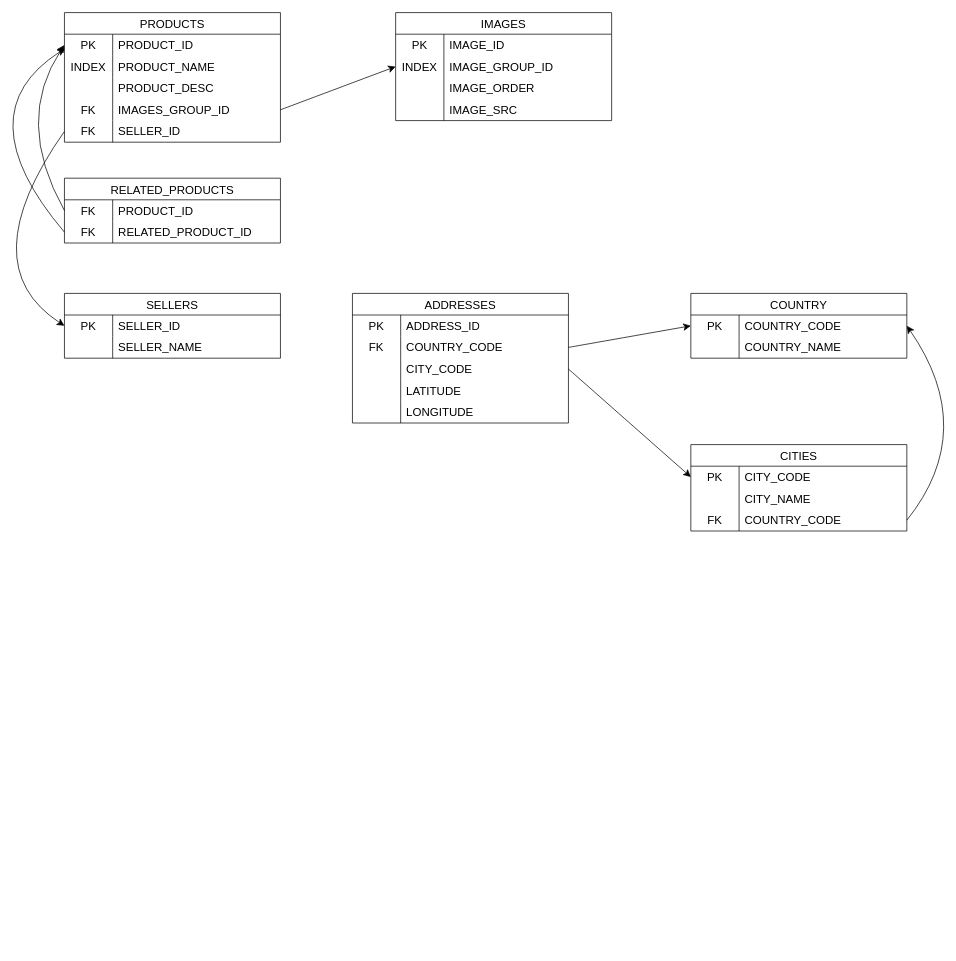
This is Diagrams/sellerCentral.drawio from abd-rish/ECommerce, a draw.io file, before an edit. Source tidied: cells renumbered, new cells numbered last; positions are measured from the earlier drawing's top-left corner, leaving out a move shared by most shapes. Both pictures are drawn from the tidied source at 72%, with x=0, y=0 at pixel (-37, 12).
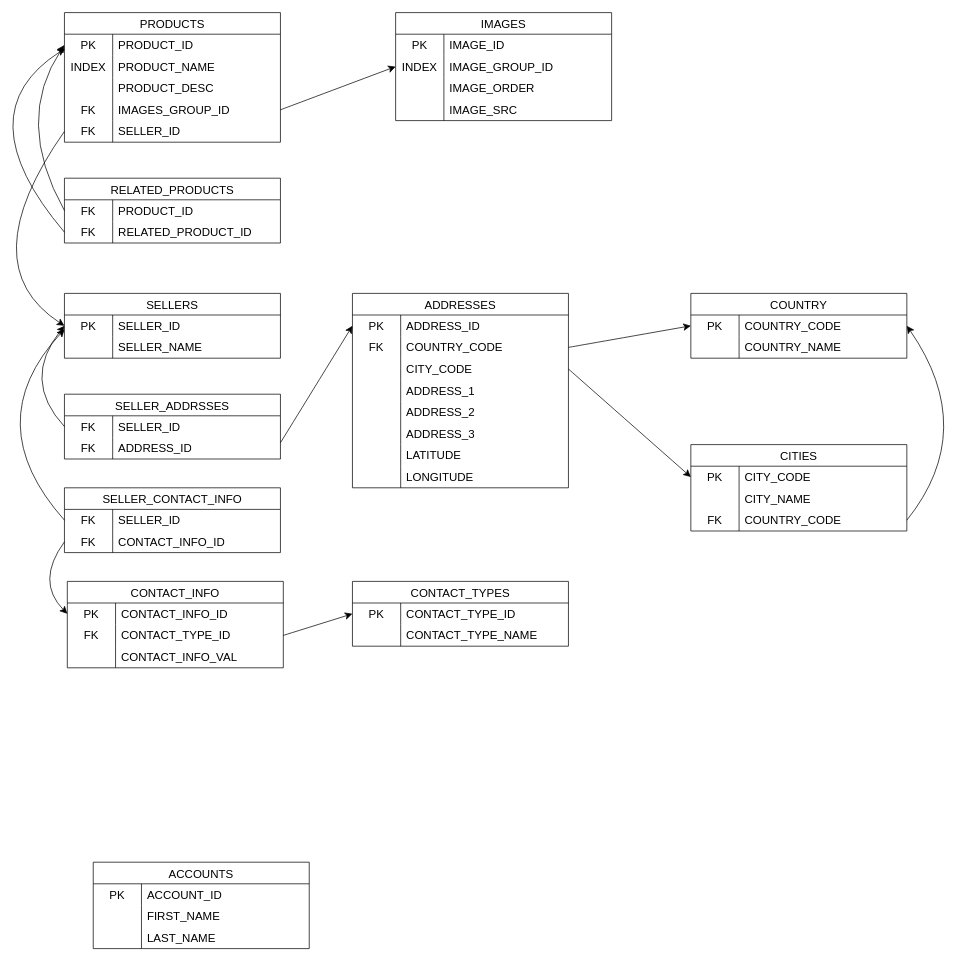
Above is the later version.

Unchanged cells that the change refers to:
```xml
<mxCell id="42" style="shape=tableRow;horizontal=0;startSize=0;swimlaneHead=0;swimlaneBody=0;top=0;left=0;bottom=0;right=0;fillColor=none;points=[[0,0.5],[1,0.5]];portConstraint=eastwest;strokeColor=inherit;fontSize=16;" parent="41" vertex="1">
  <mxGeometry y="30" width="300" height="30" as="geometry" />
</mxCell>
<mxCell id="50" style="shape=tableRow;horizontal=0;startSize=0;swimlaneHead=0;swimlaneBody=0;top=0;left=0;bottom=0;right=0;fillColor=none;points=[[0,0.5],[1,0.5]];portConstraint=eastwest;strokeColor=inherit;fontSize=16;" parent="49" vertex="1">
  <mxGeometry y="30" width="300" height="30" as="geometry" />
</mxCell>
<mxCell id="59" style="shape=tableRow;horizontal=0;startSize=0;swimlaneHead=0;swimlaneBody=0;top=0;left=0;bottom=0;right=0;fillColor=none;strokeColor=inherit;fontSize=16;" parent="49" vertex="1">
  <mxGeometry y="120" width="300" height="30" as="geometry" />
</mxCell>
<mxCell id="62" style="shape=tableRow;horizontal=0;startSize=0;swimlaneHead=0;swimlaneBody=0;top=0;left=0;bottom=0;right=0;fillColor=none;strokeColor=inherit;fontSize=16;" parent="49" vertex="1">
  <mxGeometry y="150" width="300" height="30" as="geometry" />
</mxCell>
```

The edit, as a diff of the source:
```diff
@@
     <mxCell id="49" value="ADDRESSES" style="shape=table;startSize=30;childLayout=tableLayout;rowLines=0;fontStyle=0;strokeColor=default;fontSize=16;" parent="1" vertex="1">
-      <mxGeometry x="540" y="390" width="300" height="180" as="geometry" />
+      <mxGeometry x="540" y="390" width="300" height="270" as="geometry" />
     </mxCell>
@@
-    <mxCell id="61" value="LATITUDE" style="shape=partialRectangle;html=1;whiteSpace=wrap;fillColor=none;top=0;left=0;bottom=0;right=0;align=left;spacingLeft=6;overflow=hidden;strokeColor=inherit;fontSize=16;" parent="59" vertex="1">
+    <mxCell id="61" value="ADDRESS_1" style="shape=partialRectangle;html=1;whiteSpace=wrap;fillColor=none;top=0;left=0;bottom=0;right=0;align=left;spacingLeft=6;overflow=hidden;strokeColor=inherit;fontSize=16;" parent="59" vertex="1">
       <mxGeometry x="67" width="233" height="30" as="geometry" />
     </mxCell>
@@
-    <mxCell id="64" value="LONGITUDE" style="shape=partialRectangle;html=1;whiteSpace=wrap;fillColor=none;top=0;left=0;bottom=0;right=0;align=left;spacingLeft=6;overflow=hidden;strokeColor=inherit;fontSize=16;" parent="62" vertex="1">
+    <mxCell id="64" value="ADDRESS_2" style="shape=partialRectangle;html=1;whiteSpace=wrap;fillColor=none;top=0;left=0;bottom=0;right=0;align=left;spacingLeft=6;overflow=hidden;strokeColor=inherit;fontSize=16;" parent="62" vertex="1">
       <mxGeometry x="67" width="233" height="30" as="geometry" />
     </mxCell>
+    <mxCell id="85" style="shape=tableRow;horizontal=0;startSize=0;swimlaneHead=0;swimlaneBody=0;top=0;left=0;bottom=0;right=0;fillColor=none;strokeColor=inherit;fontSize=16;" parent="49" vertex="1">
+      <mxGeometry y="180" width="300" height="30" as="geometry" />
+    </mxCell>
+    <mxCell id="86" style="shape=partialRectangle;html=1;whiteSpace=wrap;fillColor=none;top=0;left=0;bottom=0;right=0;overflow=hidden;strokeColor=inherit;fontSize=16;" parent="85" vertex="1">
+      <mxGeometry width="67" height="30" as="geometry" />
+    </mxCell>
+    <mxCell id="87" value="ADDRESS_3" style="shape=partialRectangle;html=1;whiteSpace=wrap;fillColor=none;top=0;left=0;bottom=0;right=0;align=left;spacingLeft=6;overflow=hidden;strokeColor=inherit;fontSize=16;" parent="85" vertex="1">
+      <mxGeometry x="67" width="233" height="30" as="geometry" />
+    </mxCell>
+    <mxCell id="88" style="shape=tableRow;horizontal=0;startSize=0;swimlaneHead=0;swimlaneBody=0;top=0;left=0;bottom=0;right=0;fillColor=none;strokeColor=inherit;fontSize=16;" parent="49" vertex="1">
+      <mxGeometry y="210" width="300" height="30" as="geometry" />
+    </mxCell>
+    <mxCell id="89" style="shape=partialRectangle;html=1;whiteSpace=wrap;fillColor=none;top=0;left=0;bottom=0;right=0;overflow=hidden;strokeColor=inherit;fontSize=16;" parent="88" vertex="1">
+      <mxGeometry width="67" height="30" as="geometry" />
+    </mxCell>
+    <mxCell id="90" value="LATITUDE" style="shape=partialRectangle;html=1;whiteSpace=wrap;fillColor=none;top=0;left=0;bottom=0;right=0;align=left;spacingLeft=6;overflow=hidden;strokeColor=inherit;fontSize=16;" parent="88" vertex="1">
+      <mxGeometry x="67" width="233" height="30" as="geometry" />
+    </mxCell>
+    <mxCell id="91" style="shape=tableRow;horizontal=0;startSize=0;swimlaneHead=0;swimlaneBody=0;top=0;left=0;bottom=0;right=0;fillColor=none;strokeColor=inherit;fontSize=16;" parent="49" vertex="1">
+      <mxGeometry y="240" width="300" height="30" as="geometry" />
+    </mxCell>
+    <mxCell id="92" style="shape=partialRectangle;html=1;whiteSpace=wrap;fillColor=none;top=0;left=0;bottom=0;right=0;overflow=hidden;strokeColor=inherit;fontSize=16;" parent="91" vertex="1">
+      <mxGeometry width="67" height="30" as="geometry" />
+    </mxCell>
+    <mxCell id="93" value="LONGITUDE" style="shape=partialRectangle;html=1;whiteSpace=wrap;fillColor=none;top=0;left=0;bottom=0;right=0;align=left;spacingLeft=6;overflow=hidden;strokeColor=inherit;fontSize=16;" parent="91" vertex="1">
+      <mxGeometry x="67" width="233" height="30" as="geometry" />
+    </mxCell>
@@
+    <mxCell id="94" value="CONTACT_TYPES" style="shape=table;startSize=30;childLayout=tableLayout;rowLines=0;fontStyle=0;strokeColor=default;fontSize=16;" parent="1" vertex="1">
+      <mxGeometry x="540" y="790" width="300" height="90" as="geometry" />
+    </mxCell>
+    <mxCell id="95" style="shape=tableRow;horizontal=0;startSize=0;swimlaneHead=0;swimlaneBody=0;top=0;left=0;bottom=0;right=0;fillColor=none;points=[[0,0.5],[1,0.5]];portConstraint=eastwest;strokeColor=inherit;fontSize=16;" parent="94" vertex="1">
+      <mxGeometry y="30" width="300" height="30" as="geometry" />
+    </mxCell>
+    <mxCell id="96" value="PK" style="shape=partialRectangle;html=1;whiteSpace=wrap;fillColor=none;top=0;left=0;bottom=0;right=0;overflow=hidden;strokeColor=inherit;fontSize=16;" parent="95" vertex="1">
+      <mxGeometry width="67" height="30" as="geometry" />
+    </mxCell>
+    <mxCell id="97" value="CONTACT_TYPE_ID" style="shape=partialRectangle;html=1;whiteSpace=wrap;fillColor=none;top=0;left=0;bottom=0;right=0;align=left;spacingLeft=6;overflow=hidden;strokeColor=inherit;fontSize=16;" parent="95" vertex="1">
+      <mxGeometry x="67" width="233" height="30" as="geometry" />
+    </mxCell>
+    <mxCell id="98" style="shape=tableRow;horizontal=0;startSize=0;swimlaneHead=0;swimlaneBody=0;top=0;left=0;bottom=0;right=0;fillColor=none;strokeColor=inherit;fontSize=16;" parent="94" vertex="1">
+      <mxGeometry y="60" width="300" height="30" as="geometry" />
+    </mxCell>
+    <mxCell id="99" style="shape=partialRectangle;html=1;whiteSpace=wrap;fillColor=none;top=0;left=0;bottom=0;right=0;overflow=hidden;strokeColor=inherit;fontSize=16;" parent="98" vertex="1">
+      <mxGeometry width="67" height="30" as="geometry" />
+    </mxCell>
+    <mxCell id="100" value="CONTACT_TYPE_NAME" style="shape=partialRectangle;html=1;whiteSpace=wrap;fillColor=none;top=0;left=0;bottom=0;right=0;align=left;spacingLeft=6;overflow=hidden;strokeColor=inherit;fontSize=16;" parent="98" vertex="1">
+      <mxGeometry x="67" width="233" height="30" as="geometry" />
+    </mxCell>
+    <mxCell id="101" value="CONTACT_INFO" style="shape=table;startSize=30;childLayout=tableLayout;rowLines=0;fontStyle=0;strokeColor=default;fontSize=16;" parent="1" vertex="1">
+      <mxGeometry x="144" y="790" width="300" height="120" as="geometry" />
+    </mxCell>
+    <mxCell id="102" style="shape=tableRow;horizontal=0;startSize=0;swimlaneHead=0;swimlaneBody=0;top=0;left=0;bottom=0;right=0;fillColor=none;points=[[0,0.5],[1,0.5]];portConstraint=eastwest;strokeColor=inherit;fontSize=16;" parent="101" vertex="1">
+      <mxGeometry y="30" width="300" height="30" as="geometry" />
+    </mxCell>
+    <mxCell id="103" value="PK" style="shape=partialRectangle;html=1;whiteSpace=wrap;fillColor=none;top=0;left=0;bottom=0;right=0;overflow=hidden;strokeColor=inherit;fontSize=16;" parent="102" vertex="1">
+      <mxGeometry width="67" height="30" as="geometry" />
+    </mxCell>
+    <mxCell id="104" value="CONTACT_INFO_ID" style="shape=partialRectangle;html=1;whiteSpace=wrap;fillColor=none;top=0;left=0;bottom=0;right=0;align=left;spacingLeft=6;overflow=hidden;strokeColor=inherit;fontSize=16;" parent="102" vertex="1">
+      <mxGeometry x="67" width="233" height="30" as="geometry" />
+    </mxCell>
+    <mxCell id="105" style="shape=tableRow;horizontal=0;startSize=0;swimlaneHead=0;swimlaneBody=0;top=0;left=0;bottom=0;right=0;fillColor=none;points=[[0,0.5],[1,0.5]];portConstraint=eastwest;strokeColor=inherit;fontSize=16;" parent="101" vertex="1">
+      <mxGeometry y="60" width="300" height="30" as="geometry" />
+    </mxCell>
+    <mxCell id="106" value="FK" style="shape=partialRectangle;html=1;whiteSpace=wrap;fillColor=none;top=0;left=0;bottom=0;right=0;overflow=hidden;strokeColor=inherit;fontSize=16;" parent="105" vertex="1">
+      <mxGeometry width="67" height="30" as="geometry" />
+    </mxCell>
+    <mxCell id="107" value="CONTACT_TYPE_ID" style="shape=partialRectangle;html=1;whiteSpace=wrap;fillColor=none;top=0;left=0;bottom=0;right=0;align=left;spacingLeft=6;overflow=hidden;strokeColor=inherit;fontSize=16;" parent="105" vertex="1">
+      <mxGeometry x="67" width="233" height="30" as="geometry" />
+    </mxCell>
+    <mxCell id="108" style="shape=tableRow;horizontal=0;startSize=0;swimlaneHead=0;swimlaneBody=0;top=0;left=0;bottom=0;right=0;fillColor=none;strokeColor=inherit;fontSize=16;" parent="101" vertex="1">
+      <mxGeometry y="90" width="300" height="30" as="geometry" />
+    </mxCell>
+    <mxCell id="109" style="shape=partialRectangle;html=1;whiteSpace=wrap;fillColor=none;top=0;left=0;bottom=0;right=0;overflow=hidden;strokeColor=inherit;fontSize=16;" parent="108" vertex="1">
+      <mxGeometry width="67" height="30" as="geometry" />
+    </mxCell>
+    <mxCell id="110" value="CONTACT_INFO_VAL" style="shape=partialRectangle;html=1;whiteSpace=wrap;fillColor=none;top=0;left=0;bottom=0;right=0;align=left;spacingLeft=6;overflow=hidden;strokeColor=inherit;fontSize=16;" parent="108" vertex="1">
+      <mxGeometry x="67" width="233" height="30" as="geometry" />
+    </mxCell>
+    <mxCell id="111" style="edgeStyle=none;curved=1;rounded=0;jettySize=auto;html=1;exitX=1;exitY=0.5;exitDx=0;exitDy=0;entryX=0;entryY=0.5;entryDx=0;entryDy=0;fontSize=12;startSize=8;endSize=8;" parent="1" edge="1" source="105" target="95">
+      <mxGeometry relative="1" as="geometry" />
+    </mxCell>
+    <mxCell id="112" value="ACCOUNTS" style="shape=table;startSize=30;childLayout=tableLayout;rowLines=0;fontStyle=0;strokeColor=default;fontSize=16;" parent="1" vertex="1">
+      <mxGeometry x="180" y="1180" width="300" height="120" as="geometry" />
+    </mxCell>
+    <mxCell id="113" style="shape=tableRow;horizontal=0;startSize=0;swimlaneHead=0;swimlaneBody=0;top=0;left=0;bottom=0;right=0;fillColor=none;strokeColor=inherit;fontSize=16;" parent="112" vertex="1">
+      <mxGeometry y="30" width="300" height="30" as="geometry" />
+    </mxCell>
+    <mxCell id="114" value="PK" style="shape=partialRectangle;html=1;whiteSpace=wrap;fillColor=none;top=0;left=0;bottom=0;right=0;overflow=hidden;strokeColor=inherit;fontSize=16;" parent="113" vertex="1">
+      <mxGeometry width="67" height="30" as="geometry" />
+    </mxCell>
+    <mxCell id="115" value="ACCOUNT_ID" style="shape=partialRectangle;html=1;whiteSpace=wrap;fillColor=none;top=0;left=0;bottom=0;right=0;align=left;spacingLeft=6;overflow=hidden;strokeColor=inherit;fontSize=16;" parent="113" vertex="1">
+      <mxGeometry x="67" width="233" height="30" as="geometry" />
+    </mxCell>
+    <mxCell id="116" style="shape=tableRow;horizontal=0;startSize=0;swimlaneHead=0;swimlaneBody=0;top=0;left=0;bottom=0;right=0;fillColor=none;strokeColor=inherit;fontSize=16;" parent="112" vertex="1">
+      <mxGeometry y="60" width="300" height="30" as="geometry" />
+    </mxCell>
+    <mxCell id="117" style="shape=partialRectangle;html=1;whiteSpace=wrap;fillColor=none;top=0;left=0;bottom=0;right=0;overflow=hidden;strokeColor=inherit;fontSize=16;" parent="116" vertex="1">
+      <mxGeometry width="67" height="30" as="geometry" />
+    </mxCell>
+    <mxCell id="118" value="FIRST_NAME" style="shape=partialRectangle;html=1;whiteSpace=wrap;fillColor=none;top=0;left=0;bottom=0;right=0;align=left;spacingLeft=6;overflow=hidden;strokeColor=inherit;fontSize=16;" parent="116" vertex="1">
+      <mxGeometry x="67" width="233" height="30" as="geometry" />
+    </mxCell>
+    <mxCell id="119" style="shape=tableRow;horizontal=0;startSize=0;swimlaneHead=0;swimlaneBody=0;top=0;left=0;bottom=0;right=0;fillColor=none;strokeColor=inherit;fontSize=16;" parent="112" vertex="1">
+      <mxGeometry y="90" width="300" height="30" as="geometry" />
+    </mxCell>
+    <mxCell id="120" style="shape=partialRectangle;html=1;whiteSpace=wrap;fillColor=none;top=0;left=0;bottom=0;right=0;overflow=hidden;strokeColor=inherit;fontSize=16;" parent="119" vertex="1">
+      <mxGeometry width="67" height="30" as="geometry" />
+    </mxCell>
+    <mxCell id="121" value="LAST_NAME" style="shape=partialRectangle;html=1;whiteSpace=wrap;fillColor=none;top=0;left=0;bottom=0;right=0;align=left;spacingLeft=6;overflow=hidden;strokeColor=inherit;fontSize=16;" parent="119" vertex="1">
+      <mxGeometry x="67" width="233" height="30" as="geometry" />
+    </mxCell>
+    <mxCell id="122" style="edgeStyle=none;curved=1;rounded=0;jettySize=auto;html=1;exitX=1;exitY=0.75;exitDx=0;exitDy=0;entryX=0;entryY=0.5;entryDx=0;entryDy=0;fontSize=12;startSize=8;endSize=8;" parent="1" edge="1" source="123" target="50">
+      <mxGeometry relative="1" as="geometry" />
+    </mxCell>
+    <mxCell id="123" value="SELLER_ADDRSSES" style="shape=table;startSize=30;childLayout=tableLayout;rowLines=0;fontStyle=0;strokeColor=default;fontSize=16;" parent="1" vertex="1">
+      <mxGeometry x="140" y="530" width="300" height="90" as="geometry" />
+    </mxCell>
+    <mxCell id="124" style="shape=tableRow;horizontal=0;startSize=0;swimlaneHead=0;swimlaneBody=0;top=0;left=0;bottom=0;right=0;fillColor=none;points=[[0,0.5],[1,0.5]];portConstraint=eastwest;strokeColor=inherit;fontSize=16;" parent="123" vertex="1">
+      <mxGeometry y="30" width="300" height="30" as="geometry" />
+    </mxCell>
+    <mxCell id="125" value="FK" style="shape=partialRectangle;html=1;whiteSpace=wrap;fillColor=none;top=0;left=0;bottom=0;right=0;overflow=hidden;strokeColor=inherit;fontSize=16;" parent="124" vertex="1">
+      <mxGeometry width="67" height="30" as="geometry" />
+    </mxCell>
+    <mxCell id="126" value="SELLER_ID" style="shape=partialRectangle;html=1;whiteSpace=wrap;fillColor=none;top=0;left=0;bottom=0;right=0;align=left;spacingLeft=6;overflow=hidden;strokeColor=inherit;fontSize=16;" parent="124" vertex="1">
+      <mxGeometry x="67" width="233" height="30" as="geometry" />
+    </mxCell>
+    <mxCell id="127" style="shape=tableRow;horizontal=0;startSize=0;swimlaneHead=0;swimlaneBody=0;top=0;left=0;bottom=0;right=0;fillColor=none;strokeColor=inherit;fontSize=16;" parent="123" vertex="1">
+      <mxGeometry y="60" width="300" height="30" as="geometry" />
+    </mxCell>
+    <mxCell id="128" value="FK" style="shape=partialRectangle;html=1;whiteSpace=wrap;fillColor=none;top=0;left=0;bottom=0;right=0;overflow=hidden;strokeColor=inherit;fontSize=16;" parent="127" vertex="1">
+      <mxGeometry width="67" height="30" as="geometry" />
+    </mxCell>
+    <mxCell id="129" value="ADDRESS_ID" style="shape=partialRectangle;html=1;whiteSpace=wrap;fillColor=none;top=0;left=0;bottom=0;right=0;align=left;spacingLeft=6;overflow=hidden;strokeColor=inherit;fontSize=16;" parent="127" vertex="1">
+      <mxGeometry x="67" width="233" height="30" as="geometry" />
+    </mxCell>
+    <mxCell id="130" style="edgeStyle=none;curved=1;rounded=0;jettySize=auto;html=1;exitX=0;exitY=0.5;exitDx=0;exitDy=0;entryX=0;entryY=0.5;entryDx=0;entryDy=0;fontSize=12;startSize=8;endSize=8;" parent="1" edge="1" source="124" target="42">
+      <mxGeometry relative="1" as="geometry">
+        <Array as="points">
+          <mxPoint x="80" y="510" />
+        </Array>
+      </mxGeometry>
+    </mxCell>
+    <mxCell id="131" value="SELLER_CONTACT_INFO" style="shape=table;startSize=30;childLayout=tableLayout;rowLines=0;fontStyle=0;strokeColor=default;fontSize=16;" parent="1" vertex="1">
+      <mxGeometry x="140" y="660" width="300" height="90" as="geometry" />
+    </mxCell>
+    <mxCell id="132" style="shape=tableRow;horizontal=0;startSize=0;swimlaneHead=0;swimlaneBody=0;top=0;left=0;bottom=0;right=0;fillColor=none;points=[[0,0.5],[1,0.5]];portConstraint=eastwest;strokeColor=inherit;fontSize=16;" parent="131" vertex="1">
+      <mxGeometry y="30" width="300" height="30" as="geometry" />
+    </mxCell>
+    <mxCell id="133" value="FK" style="shape=partialRectangle;html=1;whiteSpace=wrap;fillColor=none;top=0;left=0;bottom=0;right=0;overflow=hidden;strokeColor=inherit;fontSize=16;" parent="132" vertex="1">
+      <mxGeometry width="67" height="30" as="geometry" />
+    </mxCell>
+    <mxCell id="134" value="SELLER_ID" style="shape=partialRectangle;html=1;whiteSpace=wrap;fillColor=none;top=0;left=0;bottom=0;right=0;align=left;spacingLeft=6;overflow=hidden;strokeColor=inherit;fontSize=16;" parent="132" vertex="1">
+      <mxGeometry x="67" width="233" height="30" as="geometry" />
+    </mxCell>
+    <mxCell id="135" style="shape=tableRow;horizontal=0;startSize=0;swimlaneHead=0;swimlaneBody=0;top=0;left=0;bottom=0;right=0;fillColor=none;points=[[0,0.5],[1,0.5]];portConstraint=eastwest;strokeColor=inherit;fontSize=16;" parent="131" vertex="1">
+      <mxGeometry y="60" width="300" height="30" as="geometry" />
+    </mxCell>
+    <mxCell id="136" value="FK" style="shape=partialRectangle;html=1;whiteSpace=wrap;fillColor=none;top=0;left=0;bottom=0;right=0;overflow=hidden;strokeColor=inherit;fontSize=16;" parent="135" vertex="1">
+      <mxGeometry width="67" height="30" as="geometry" />
+    </mxCell>
+    <mxCell id="137" value="CONTACT_INFO_ID" style="shape=partialRectangle;html=1;whiteSpace=wrap;fillColor=none;top=0;left=0;bottom=0;right=0;align=left;spacingLeft=6;overflow=hidden;strokeColor=inherit;fontSize=16;" parent="135" vertex="1">
+      <mxGeometry x="67" width="233" height="30" as="geometry" />
+    </mxCell>
+    <mxCell id="138" style="edgeStyle=none;curved=1;rounded=0;jettySize=auto;html=1;exitX=0;exitY=0.5;exitDx=0;exitDy=0;fontSize=12;startSize=8;endSize=8;" parent="1" edge="1" source="132">
+      <mxGeometry relative="1" as="geometry">
+        <mxPoint x="140" y="440" as="targetPoint" />
+        <Array as="points">
+          <mxPoint x="20" y="570" />
+        </Array>
+      </mxGeometry>
+    </mxCell>
+    <mxCell id="139" style="edgeStyle=none;curved=1;rounded=0;jettySize=auto;html=1;exitX=0;exitY=0.5;exitDx=0;exitDy=0;entryX=0;entryY=0.5;entryDx=0;entryDy=0;fontSize=12;startSize=8;endSize=8;" parent="1" edge="1" source="135" target="102">
+      <mxGeometry relative="1" as="geometry">
+        <Array as="points">
+          <mxPoint x="100" y="790" />
+        </Array>
+      </mxGeometry>
+    </mxCell>
```
